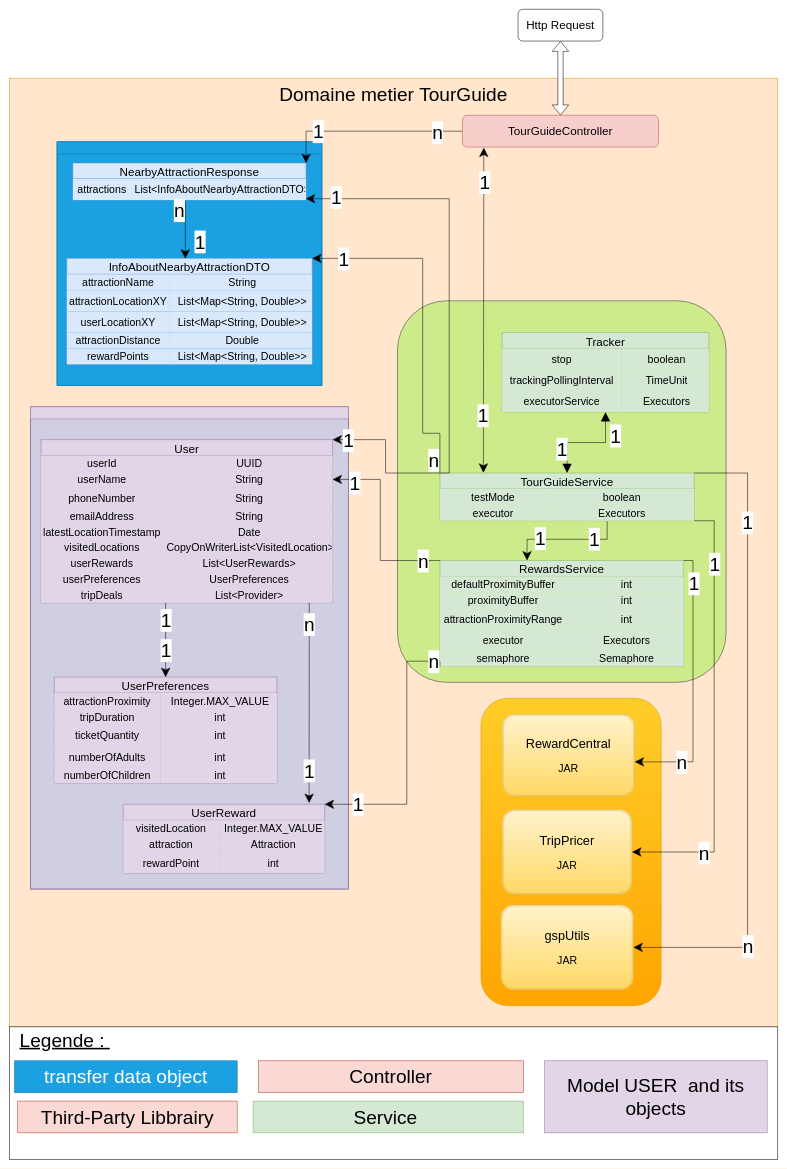
Earlier version of the draw.io diagram Diagramme sans nom.drawio (theryeddari/P8-TourGuide). Source tidied: cells renumbered, new cells numbered last; positions are measured from the earlier drawing's top-left corner, leaving out a move shared by most shapes. Both pictures are drawn from the tidied source at 53%, with x=0, y=0 at pixel (9, 9).
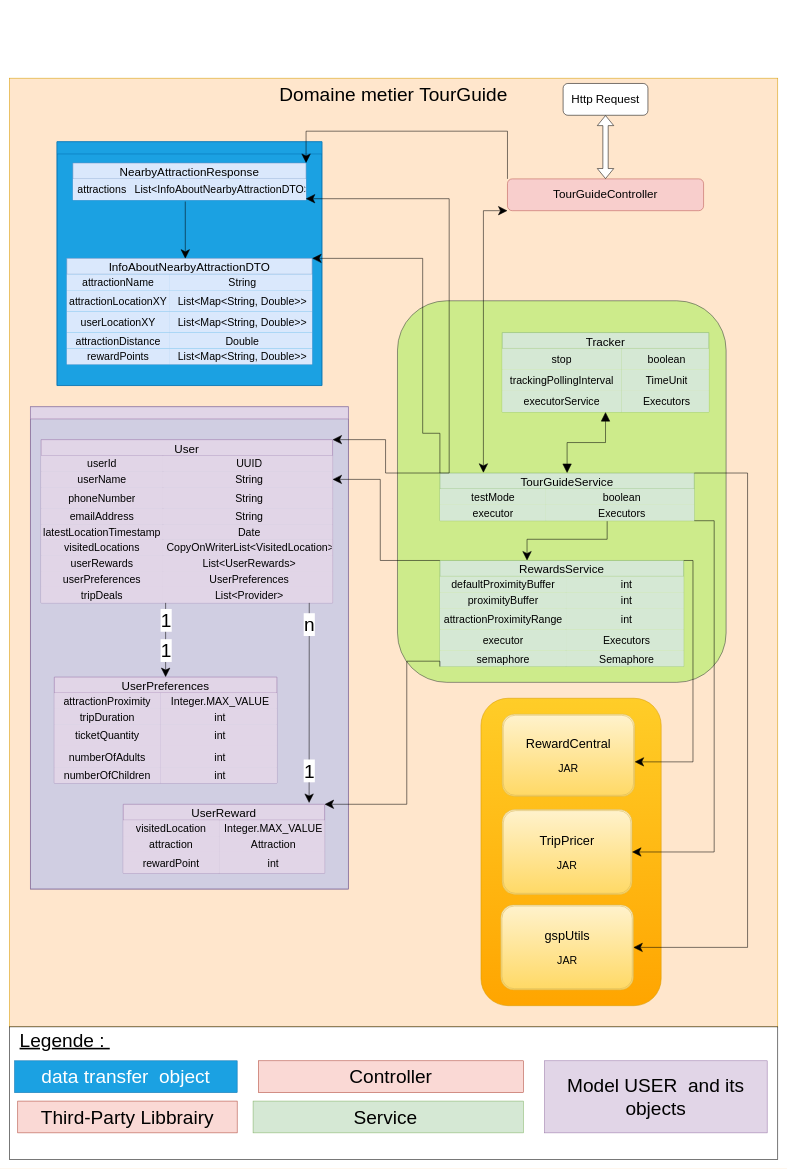
The same page after the edit.

Commit message:
Mettre à jour Diagramme sans nom.drawio

The change refers to these unchanged cells:
```xml
<mxCell id="5" value="TourGuideService" style="shape=table;startSize=30;childLayout=tableLayout;rowLines=0;fontStyle=0;strokeColor=#82b366;fontSize=22;fillColor=#d5e8d4;" parent="1" vertex="1">
  <mxGeometry x="812.5" y="875" width="480" height="90" as="geometry" />
</mxCell>
<mxCell id="49" value="NearbyAttractionResponse" style="shape=table;startSize=30;childLayout=tableLayout;rowLines=0;fontStyle=0;strokeColor=#6c8ebf;fontSize=22;fillColor=#dae8fc;" parent="48" vertex="1">
  <mxGeometry x="30" y="40" width="440" height="70" as="geometry" />
</mxCell>
<mxCell id="53" style="endArrow=none;html=1;rounded=0;entryX=0.482;entryY=1.068;entryDx=0;entryDy=0;entryPerimeter=0;exitX=0.483;exitY=0.003;exitDx=0;exitDy=0;exitPerimeter=0;endFill=0;startArrow=classic;startFill=1;endSize=6;startSize=15;" parent="31" edge="1" source="32" target="50">
  <mxGeometry relative="1" as="geometry" />
</mxCell>
<mxCell id="118" style="endArrow=none;html=1;rounded=0;entryX=1;entryY=0;entryDx=0;entryDy=0;endFill=0;startArrow=classic;startFill=1;endSize=6;startSize=15;edgeStyle=orthogonalEdgeStyle;exitX=1;exitY=0.5;exitDx=0;exitDy=0;" parent="1" edge="1" source="12" target="5">
  <mxGeometry relative="1" as="geometry">
    <Array as="points">
      <mxPoint x="1393" y="1770" />
      <mxPoint x="1393" y="875" />
    </Array>
  </mxGeometry>
</mxCell>
<mxCell id="121" style="endArrow=none;html=1;rounded=0;exitX=1;exitY=0.5;exitDx=0;exitDy=0;entryX=1;entryY=1;entryDx=0;entryDy=0;endFill=0;startArrow=classic;startFill=1;startSize=15;edgeStyle=orthogonalEdgeStyle;" parent="1" edge="1" source="14" target="5">
  <mxGeometry relative="1" as="geometry">
    <Array as="points">
      <mxPoint x="1330" y="1590" />
      <mxPoint x="1330" y="965" />
    </Array>
  </mxGeometry>
</mxCell>
<mxCell id="124" style="endArrow=none;html=1;rounded=0;entryX=1;entryY=0;entryDx=0;entryDy=0;endFill=0;startArrow=classic;startFill=1;startSize=15;edgeStyle=orthogonalEdgeStyle;" parent="1" edge="1" target="15">
  <mxGeometry relative="1" as="geometry">
    <mxPoint x="1180" y="1420" as="sourcePoint" />
    <Array as="points">
      <mxPoint x="1290" y="1420" />
      <mxPoint x="1290" y="1040" />
    </Array>
  </mxGeometry>
</mxCell>
<mxCell id="127" style="endArrow=classic;html=1;rounded=0;exitX=0;exitY=0;exitDx=0;exitDy=0;entryX=1;entryY=0;entryDx=0;entryDy=0;edgeStyle=orthogonalEdgeStyle;endSize=15;" parent="1" edge="1" source="5" target="84">
  <mxGeometry relative="1" as="geometry">
    <Array as="points">
      <mxPoint x="710" y="875" />
      <mxPoint x="710" y="812" />
    </Array>
  </mxGeometry>
</mxCell>
<mxCell id="130" style="endArrow=classic;html=1;rounded=0;entryX=1;entryY=0.5;entryDx=0;entryDy=0;exitX=0;exitY=0;exitDx=0;exitDy=0;endSize=15;edgeStyle=orthogonalEdgeStyle;" parent="1" edge="1" source="15" target="88">
  <mxGeometry relative="1" as="geometry">
    <Array as="points">
      <mxPoint x="700" y="1040" />
      <mxPoint x="700" y="887" />
    </Array>
  </mxGeometry>
</mxCell>
<mxCell id="133" style="endArrow=classic;html=1;rounded=0;exitX=0;exitY=1;exitDx=0;exitDy=0;entryX=1;entryY=0;entryDx=0;entryDy=0;edgeStyle=orthogonalEdgeStyle;endSize=15;" parent="1" edge="1" source="15" target="74">
  <mxGeometry relative="1" as="geometry">
    <Array as="points">
      <mxPoint x="750" y="1230" />
      <mxPoint x="750" y="1500" />
    </Array>
  </mxGeometry>
</mxCell>
<mxCell id="136" style="endArrow=classic;html=1;rounded=0;entryX=0.5;entryY=0;entryDx=0;entryDy=0;exitX=0.794;exitY=1.029;exitDx=0;exitDy=0;exitPerimeter=0;endSize=15;edgeStyle=orthogonalEdgeStyle;" parent="1" edge="1">
  <mxGeometry relative="1" as="geometry">
    <mxPoint x="1128.1" y="965.9" as="sourcePoint" />
    <mxPoint x="976.9" y="1040" as="targetPoint" />
    <Array as="points">
      <mxPoint x="1128" y="1000" />
      <mxPoint x="977" y="1000" />
    </Array>
  </mxGeometry>
</mxCell>
<mxCell id="139" style="endArrow=classic;html=1;rounded=0;entryX=1;entryY=0;entryDx=0;entryDy=0;edgeStyle=orthogonalEdgeStyle;startSize=6;endSize=15;exitX=0;exitY=0;exitDx=0;exitDy=0;" parent="1" edge="1" source="5" target="32">
  <mxGeometry relative="1" as="geometry">
    <Array as="points">
      <mxPoint x="812" y="800" />
      <mxPoint x="780" y="800" />
      <mxPoint x="780" y="470" />
    </Array>
  </mxGeometry>
</mxCell>
<mxCell id="141" style="endArrow=classic;html=1;rounded=0;edgeStyle=orthogonalEdgeStyle;endSize=15;entryX=0.999;entryY=0.936;entryDx=0;entryDy=0;entryPerimeter=0;exitX=0;exitY=0;exitDx=0;exitDy=0;" parent="1" edge="1" source="5" target="50">
  <mxGeometry relative="1" as="geometry">
    <Array as="points">
      <mxPoint x="830" y="875" />
      <mxPoint x="830" y="357" />
    </Array>
  </mxGeometry>
</mxCell>
<mxCell id="170" style="endArrow=block;startArrow=block;endFill=1;startFill=1;html=1;rounded=0;entryX=0.5;entryY=0;entryDx=0;entryDy=0;exitX=0.5;exitY=1;exitDx=0;exitDy=0;endSize=15;startSize=15;edgeStyle=orthogonalEdgeStyle;" parent="1" edge="1" source="160" target="5">
  <mxGeometry relative="1" as="geometry" />
</mxCell>
```

What changed in the source:
```diff
@@
-    <mxCell id="54" value="&lt;font style=&quot;font-size: 36px;&quot;&gt;1&lt;/font&gt;" style="edgeLabel;html=1;align=center;verticalAlign=middle;" parent="53" vertex="1">
-      <mxGeometry x="-0.63" relative="1" as="geometry">
-        <mxPoint x="27" y="-12" as="offset" />
-      </mxGeometry>
-    </mxCell>
-    <mxCell id="55" value="&lt;font style=&quot;font-size: 36px;&quot;&gt;n&lt;/font&gt;" style="edgeLabel;html=1;align=center;verticalAlign=middle;" parent="53" vertex="1">
-      <mxGeometry x="0.5" y="1" relative="1" as="geometry">
-        <mxPoint x="-11" y="-10" as="offset" />
-      </mxGeometry>
-    </mxCell>
@@
-    <mxCell id="119" value="&lt;font style=&quot;font-size: 36px;&quot;&gt;1&lt;/font&gt;" style="edgeLabel;html=1;align=center;verticalAlign=middle;" parent="118" vertex="1">
-      <mxGeometry x="0.68" y="1" relative="1" as="geometry" />
-    </mxCell>
-    <mxCell id="120" value="&lt;font style=&quot;font-size: 36px;&quot;&gt;n&lt;/font&gt;" style="edgeLabel;html=1;align=center;verticalAlign=middle;" parent="118" vertex="1">
-      <mxGeometry x="-0.64" relative="1" as="geometry" />
-    </mxCell>
@@
-    <mxCell id="122" value="&lt;font style=&quot;font-size: 36px;&quot;&gt;1&lt;/font&gt;" style="edgeLabel;html=1;align=center;verticalAlign=middle;" parent="121" vertex="1">
-      <mxGeometry x="0.71" relative="1" as="geometry" />
-    </mxCell>
-    <mxCell id="123" value="&lt;font style=&quot;font-size: 36px;&quot;&gt;n&lt;/font&gt;" style="edgeLabel;html=1;align=center;verticalAlign=middle;" parent="121" vertex="1">
-      <mxGeometry x="-0.67" y="-1" relative="1" as="geometry" />
-    </mxCell>
@@
-    <mxCell id="125" value="&lt;font style=&quot;font-size: 36px;&quot;&gt;1&lt;/font&gt;" style="edgeLabel;html=1;align=center;verticalAlign=middle;" parent="124" vertex="1">
-      <mxGeometry x="0.76" y="-1" relative="1" as="geometry" />
-    </mxCell>
-    <mxCell id="126" value="&lt;font style=&quot;font-size: 36px;&quot;&gt;n&lt;/font&gt;" style="edgeLabel;html=1;align=center;verticalAlign=middle;" parent="124" vertex="1">
-      <mxGeometry x="-0.78" relative="1" as="geometry">
-        <mxPoint x="32" as="offset" />
-      </mxGeometry>
-    </mxCell>
@@
-    <mxCell id="128" value="&lt;font style=&quot;font-size: 36px;&quot;&gt;1&lt;/font&gt;" style="edgeLabel;html=1;align=center;verticalAlign=middle;" parent="127" vertex="1">
-      <mxGeometry x="0.78" y="1" relative="1" as="geometry" />
-    </mxCell>
-    <mxCell id="129" value="&lt;font style=&quot;font-size: 36px;&quot;&gt;n&lt;/font&gt;" style="edgeLabel;html=1;align=center;verticalAlign=middle;" parent="127" vertex="1">
-      <mxGeometry x="-0.81" y="-2" relative="1" as="geometry">
-        <mxPoint x="13" y="-23" as="offset" />
-      </mxGeometry>
-    </mxCell>
@@
-    <mxCell id="131" value="&lt;font style=&quot;font-size: 36px;&quot;&gt;1&lt;/font&gt;" style="edgeLabel;html=1;align=center;verticalAlign=middle;" parent="130" vertex="1">
-      <mxGeometry x="0.88" y="-1" relative="1" as="geometry">
-        <mxPoint x="20" y="7" as="offset" />
-      </mxGeometry>
-    </mxCell>
-    <mxCell id="132" value="&lt;font style=&quot;font-size: 36px;&quot;&gt;n&lt;/font&gt;" style="edgeLabel;html=1;align=center;verticalAlign=middle;" parent="130" vertex="1">
-      <mxGeometry x="-0.82" relative="1" as="geometry" />
-    </mxCell>
@@
-    <mxCell id="134" value="&lt;font style=&quot;font-size: 36px;&quot;&gt;n&lt;/font&gt;" style="edgeLabel;html=1;align=center;verticalAlign=middle;" parent="133" vertex="1">
-      <mxGeometry x="-0.72" relative="1" as="geometry">
-        <mxPoint x="48" as="offset" />
-      </mxGeometry>
-    </mxCell>
-    <mxCell id="135" value="&lt;font style=&quot;font-size: 36px;&quot;&gt;1&lt;/font&gt;" style="edgeLabel;html=1;align=center;verticalAlign=middle;" parent="133" vertex="1">
-      <mxGeometry x="0.75" relative="1" as="geometry" />
-    </mxCell>
@@
-    <mxCell id="137" value="&lt;font style=&quot;font-size: 36px;&quot;&gt;1&lt;/font&gt;" style="edgeLabel;html=1;align=center;verticalAlign=middle;" parent="136" vertex="1">
-      <mxGeometry x="-0.69" relative="1" as="geometry">
-        <mxPoint x="-24" y="-1" as="offset" />
-      </mxGeometry>
-    </mxCell>
-    <mxCell id="138" value="&lt;font style=&quot;font-size: 36px;&quot;&gt;1&lt;/font&gt;" style="edgeLabel;html=1;align=center;verticalAlign=middle;" parent="136" vertex="1">
-      <mxGeometry x="0.55" relative="1" as="geometry">
-        <mxPoint x="14" y="-2" as="offset" />
-      </mxGeometry>
-    </mxCell>
@@
-    <mxCell id="140" value="&lt;font style=&quot;font-size: 36px;&quot;&gt;1&lt;/font&gt;" style="edgeLabel;html=1;align=center;verticalAlign=middle;" parent="139" vertex="1">
-      <mxGeometry x="0.84" relative="1" as="geometry">
-        <mxPoint x="7" as="offset" />
-      </mxGeometry>
-    </mxCell>
@@
-    <mxCell id="142" value="&lt;font style=&quot;font-size: 36px;&quot;&gt;1&lt;/font&gt;" style="edgeLabel;html=1;align=center;verticalAlign=middle;" parent="141" vertex="1">
-      <mxGeometry x="0.86" y="-3" relative="1" as="geometry" />
-    </mxCell>
-    <mxCell id="143" style="endArrow=classic;html=1;rounded=0;exitX=0.109;exitY=1.017;exitDx=0;exitDy=0;startArrow=classic;startFill=1;endSize=15;startSize=15;entryX=0.171;entryY=-0.006;entryDx=0;entryDy=0;entryPerimeter=0;exitPerimeter=0;" parent="1" edge="1" source="149" target="5">
-      <mxGeometry relative="1" as="geometry" />
+    <mxCell id="143" style="endArrow=classic;html=1;rounded=0;exitX=0;exitY=1;exitDx=0;exitDy=0;startArrow=classic;startFill=1;endSize=15;startSize=15;entryX=0.171;entryY=-0.006;entryDx=0;entryDy=0;entryPerimeter=0;edgeStyle=orthogonalEdgeStyle;" parent="1" edge="1" source="149" target="5">
+      <mxGeometry relative="1" as="geometry">
+        <Array as="points">
+          <mxPoint x="895" y="380" />
+        </Array>
+      </mxGeometry>
     </mxCell>
-    <mxCell id="144" value="&lt;font style=&quot;font-size: 36px;&quot;&gt;1&lt;/font&gt;" style="edgeLabel;html=1;align=center;verticalAlign=middle;" parent="143" vertex="1">
-      <mxGeometry x="-0.72" y="1" relative="1" as="geometry">
-        <mxPoint y="-21" as="offset" />
-      </mxGeometry>
-    </mxCell>
-    <mxCell id="145" value="&lt;font style=&quot;font-size: 36px;&quot;&gt;1&lt;/font&gt;" style="edgeLabel;html=1;align=center;verticalAlign=middle;" parent="143" vertex="1">
-      <mxGeometry x="0.43" y="-1" relative="1" as="geometry">
-        <mxPoint y="66" as="offset" />
-      </mxGeometry>
-    </mxCell>
-    <mxCell id="146" style="endArrow=classic;html=1;rounded=0;entryX=1;entryY=0;entryDx=0;entryDy=0;exitX=0;exitY=0.5;exitDx=0;exitDy=0;edgeStyle=orthogonalEdgeStyle;endSize=15;" parent="1" edge="1" source="149" target="49">
+    <mxCell id="146" style="endArrow=classic;html=1;rounded=0;entryX=1;entryY=0;entryDx=0;entryDy=0;exitX=0;exitY=0;exitDx=0;exitDy=0;edgeStyle=orthogonalEdgeStyle;endSize=15;" parent="1" edge="1" source="149" target="49">
       <mxGeometry relative="1" as="geometry">
         <Array as="points">
+          <mxPoint x="940" y="230" />
           <mxPoint x="560" y="230" />
         </Array>
       </mxGeometry>
     </mxCell>
-    <mxCell id="147" value="&lt;font style=&quot;font-size: 36px;&quot;&gt;1&lt;/font&gt;" style="edgeLabel;html=1;align=center;verticalAlign=middle;" parent="146" vertex="1">
-      <mxGeometry x="0.54" relative="1" as="geometry" />
-    </mxCell>
-    <mxCell id="148" value="&lt;font style=&quot;font-size: 36px;&quot;&gt;n&lt;/font&gt;" style="edgeLabel;html=1;align=center;verticalAlign=middle;" parent="146" vertex="1">
-      <mxGeometry x="-0.88" y="2" relative="1" as="geometry">
-        <mxPoint x="-27" as="offset" />
-      </mxGeometry>
-    </mxCell>
     <mxCell id="149" value="&lt;font style=&quot;font-size: 22px;&quot;&gt;TourGuideController&lt;/font&gt;" style="rounded=1;whiteSpace=wrap;html=1;fillColor=#f8cecc;strokeColor=#b85450;" parent="1" vertex="1">
-      <mxGeometry x="855" y="200" width="370" height="60" as="geometry" />
+      <mxGeometry x="940" y="320" width="370" height="60" as="geometry" />
     </mxCell>
@@
     <mxCell id="151" value="&lt;font style=&quot;font-size: 22px;&quot;&gt;Http Request&lt;/font&gt;" style="rounded=1;whiteSpace=wrap;html=1;" parent="1" vertex="1">
-      <mxGeometry x="960" width="160" height="60" as="geometry" />
+      <mxGeometry x="1045" y="140" width="160" height="60" as="geometry" />
     </mxCell>
@@
-    <mxCell id="156" value="&lt;span style=&quot;font-size: 36px;&quot;&gt;transfer data object&lt;/span&gt;" style="text;html=1;align=center;verticalAlign=middle;whiteSpace=wrap;rounded=0;fillColor=#1ba1e2;strokeColor=#006EAF;fontColor=#ffffff;" parent="1" vertex="1">
+    <mxCell id="156" value="&lt;span style=&quot;font-size: 36px;&quot;&gt;data&amp;nbsp;&lt;/span&gt;&lt;span style=&quot;font-size: 36px;&quot;&gt;transfer&amp;nbsp; object&lt;/span&gt;" style="text;html=1;align=center;verticalAlign=middle;whiteSpace=wrap;rounded=0;fillColor=#1ba1e2;strokeColor=#006EAF;fontColor=#ffffff;" parent="1" vertex="1">
       <mxGeometry x="10" y="1984" width="420" height="60" as="geometry" />
     </mxCell>
@@
-    <mxCell id="171" value="1" style="edgeLabel;html=1;align=center;verticalAlign=middle;fontSize=36;" parent="170" vertex="1">
-      <mxGeometry x="0.42" relative="1" as="geometry">
-        <mxPoint x="-10" y="9" as="offset" />
-      </mxGeometry>
-    </mxCell>
-    <mxCell id="172" value="1" style="edgeLabel;html=1;align=center;verticalAlign=middle;fontSize=36;" parent="1" vertex="1">
-      <mxGeometry x="1150" y="870" as="geometry">
-        <mxPoint x="-7" y="-66" as="offset" />
-      </mxGeometry>
-    </mxCell>
```
